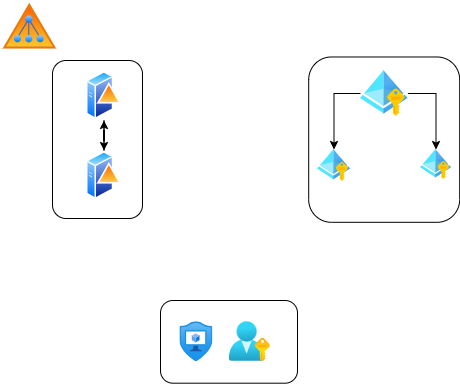
Before: ADCS.png, a diagram exported from draw.io (Ktkjf/entrainement_wordpress). Source tidied: cells renumbered, new cells last; positions are measured from the earlier drawing's top-left corner, leaving out a move shared by most shapes.
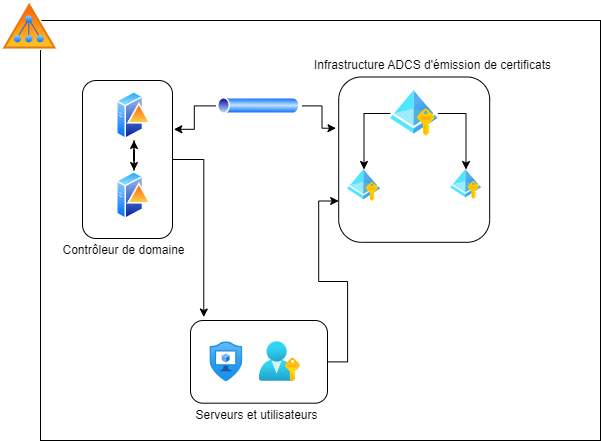
The same diagram one commit later.

Commit message:
Mettre à jour ADCS.png

Change to the diagram source:
```diff
@@ -2,6 +2,9 @@
   <root>
     <mxCell id="0" />
     <mxCell id="1" parent="0" />
+    <mxCell id="18" style="rounded=0;whiteSpace=wrap;html=1;fillColor=none;" parent="1" vertex="1">
+      <mxGeometry x="10" width="560" height="420" as="geometry" />
+    </mxCell>
     <mxCell id="2" style="rounded=1;whiteSpace=wrap;html=1;rotation=90;fillColor=none;" parent="1" vertex="1">
       <mxGeometry x="301" y="63.7" width="165.3" height="151" as="geometry" />
     </mxCell>
@@ -18,7 +21,7 @@
       <mxGeometry x="360" y="70" width="47.4" height="46" as="geometry" />
     </mxCell>
     <mxCell id="7" style="image;perimeter=ellipsePerimeter;html=1;align=center;shadow=0;dashed=0;spacingTop=3;image=img/lib/active_directory/active_directory.svg;" parent="1" vertex="1">
-      <mxGeometry width="58.8" height="50" as="geometry" />
+      <mxGeometry x="-30" y="-20" width="58.8" height="50" as="geometry" />
     </mxCell>
     <mxCell id="8" style="edgeStyle=orthogonalEdgeStyle;rounded=0;jettySize=auto;html=1;" parent="1" edge="1" source="9" target="11">
       <mxGeometry relative="1" as="geometry" />
@@ -50,5 +53,29 @@
     <mxCell id="17" style="image;html=1;align=center;fontSize=12;image=img/lib/azure2/azure_stack/User_Subscriptions.svg;" parent="14" vertex="1">
       <mxGeometry x="68.6" y="21.3" width="41.2" height="40" as="geometry" />
     </mxCell>
+    <mxCell id="19" style="edgeStyle=orthogonalEdgeStyle;rounded=0;jettySize=auto;html=1;entryX=-0.042;entryY=0.903;entryDx=0;entryDy=0;entryPerimeter=0;" parent="1" edge="1" source="3" target="15">
+      <mxGeometry relative="1" as="geometry" />
+    </mxCell>
+    <mxCell id="20" style="image;perimeter=ellipsePerimeter;html=1;align=center;shadow=0;dashed=0;spacingTop=3;image=img/lib/active_directory/tunnel.svg;" parent="1" vertex="1">
+      <mxGeometry x="185.5" y="76.8" width="86" height="17.2" as="geometry" />
+    </mxCell>
+    <mxCell id="21" style="edgeStyle=orthogonalEdgeStyle;rounded=0;jettySize=auto;html=1;entryX=0.309;entryY=-0.015;entryDx=0;entryDy=0;entryPerimeter=0;" parent="1" edge="1" source="20" target="3">
+      <mxGeometry relative="1" as="geometry" />
+    </mxCell>
+    <mxCell id="22" style="edgeStyle=orthogonalEdgeStyle;rounded=0;jettySize=auto;html=1;entryX=0.31;entryY=1.018;entryDx=0;entryDy=0;entryPerimeter=0;" parent="1" edge="1" source="20" target="2">
+      <mxGeometry relative="1" as="geometry" />
+    </mxCell>
+    <mxCell id="23" style="edgeStyle=orthogonalEdgeStyle;rounded=0;jettySize=auto;html=1;entryX=0.75;entryY=1;entryDx=0;entryDy=0;" parent="1" edge="1" source="15" target="2">
+      <mxGeometry relative="1" as="geometry" />
+    </mxCell>
+    <mxCell id="24" value="Serveurs et utilisateurs" style="text;html=1;align=center;verticalAlign=middle;strokeColor=none;fillColor=none;" parent="1" vertex="1">
+      <mxGeometry x="151" y="380" width="150" height="30" as="geometry" />
+    </mxCell>
+    <mxCell id="25" value="Contrôleur de domaine" style="text;html=1;align=center;verticalAlign=middle;strokeColor=none;fillColor=none;" parent="1" vertex="1">
+      <mxGeometry x="18" y="214.6" width="150" height="30" as="geometry" />
+    </mxCell>
+    <mxCell id="26" value="Infrastructure ADCS d'émission de certificats" style="text;html=1;align=center;verticalAlign=middle;strokeColor=none;fillColor=none;" parent="1" vertex="1">
+      <mxGeometry x="271.5" y="30" width="260" height="30" as="geometry" />
+    </mxCell>
   </root>
 </mxGraphModel>
```
